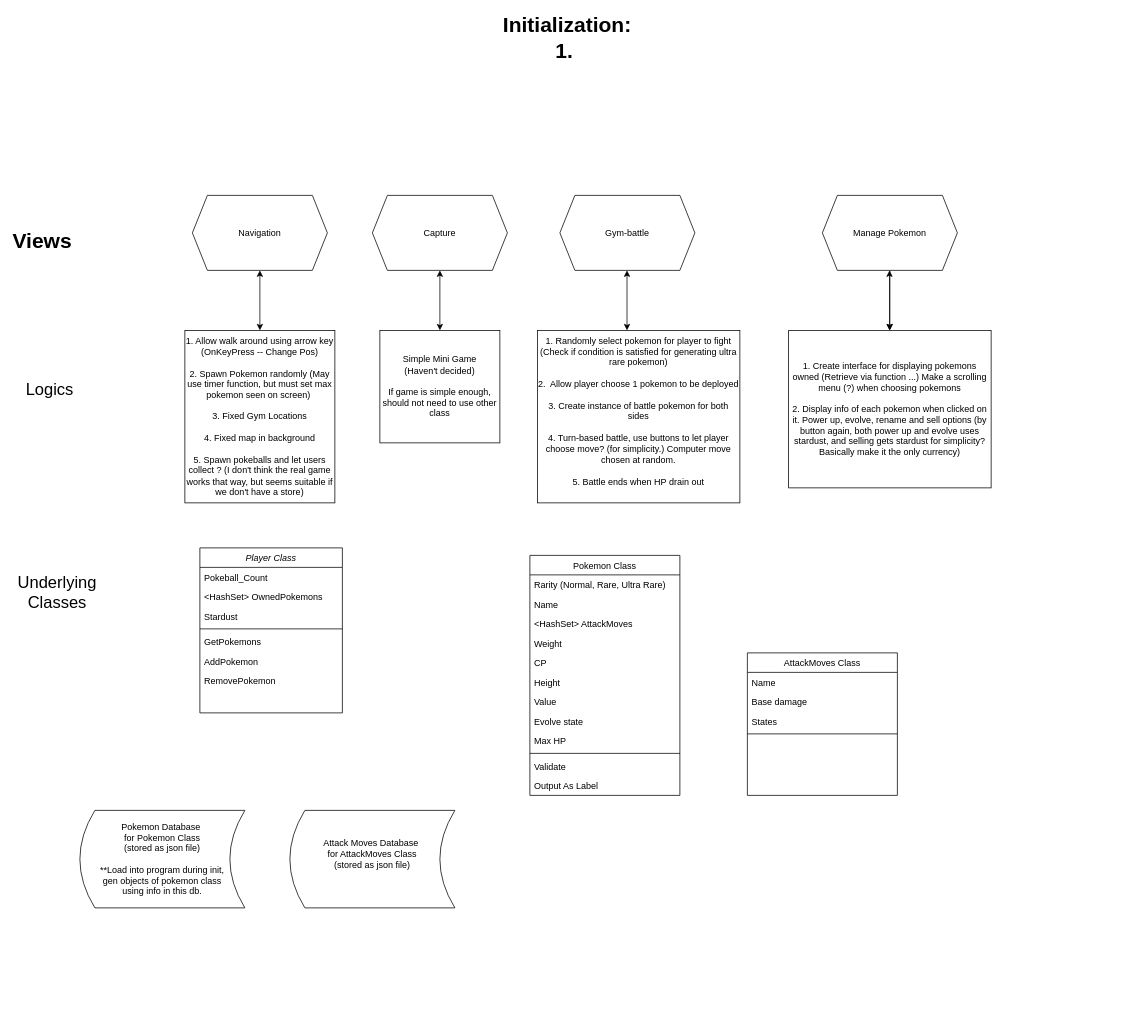
This is Untitled Diagram.drawio from tpmmthomas/ierg3080-pokemon-go, a draw.io file, before an edit. Source tidied: cells renumbered, new cells numbered last; positions are measured from the earlier drawing's top-left corner, leaving out a move shared by most shapes. Both pictures are drawn from the tidied source at 75%, with x=0, y=0 at pixel (27, 30).
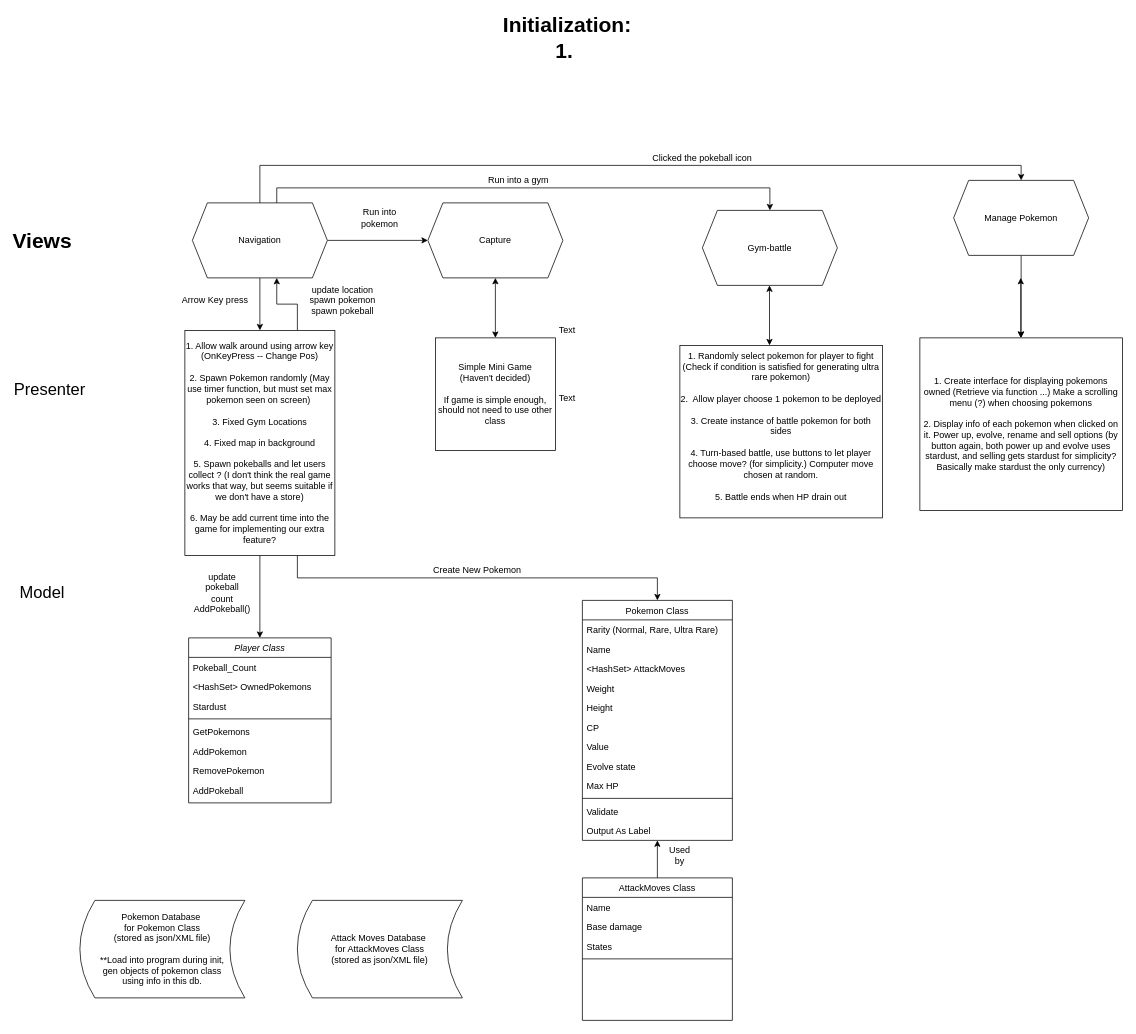
The same diagram, later.

The change refers to these unchanged cells:
```xml
<mxCell id="43" value="Output As Label" style="text;align=left;verticalAlign=top;spacingLeft=4;spacingRight=4;overflow=hidden;points=[[0,0.5],[1,0.5]];portConstraint=eastwest;" parent="31" vertex="1">
  <mxGeometry y="294" width="200" height="26" as="geometry" />
</mxCell>
```

The edit, as a diff of the source:
```diff
@@
     <mxCell id="2" value="Player Class" style="swimlane;fontStyle=2;align=center;verticalAlign=top;horizontal=1;startSize=26;rounded=0;shadow=0;strokeWidth=1;" parent="1" vertex="1">
-      <mxGeometry x="230" y="690" width="190" height="220" as="geometry" />
+      <mxGeometry x="215" y="810" width="190" height="220" as="geometry" />
     </mxCell>
@@
+    <mxCell id="48" value="AddPokeball" style="text;align=left;verticalAlign=top;spacingLeft=4;spacingRight=4;overflow=hidden;rounded=0;shadow=0;html=0;" parent="2" vertex="1">
+      <mxGeometry y="190" width="190" height="26" as="geometry" />
+    </mxCell>
-    <mxCell id="10" value="Pokemon Database&amp;nbsp;&lt;br&gt;for Pokemon Class&lt;br&gt;(stored as json file)&lt;br&gt;&lt;br&gt;**Load into program during init,&lt;br&gt;gen objects of pokemon class&lt;br&gt;using info in this db." style="shape=dataStorage;whiteSpace=wrap;html=1;fixedSize=1;" parent="1" vertex="1">
-      <mxGeometry x="70" y="1040" width="220" height="130" as="geometry" />
+    <mxCell id="10" value="Pokemon Database&amp;nbsp;&lt;br&gt;for Pokemon Class&lt;br&gt;(stored as json/XML file)&lt;br&gt;&lt;br&gt;**Load into program during init,&lt;br&gt;gen objects of pokemon class&lt;br&gt;using info in this db." style="shape=dataStorage;whiteSpace=wrap;html=1;fixedSize=1;" parent="1" vertex="1">
+      <mxGeometry x="70" y="1160" width="220" height="130" as="geometry" />
     </mxCell>
+    <mxCell id="49" style="edgeStyle=orthogonalEdgeStyle;rounded=0;jettySize=auto;html=1;exitX=1;exitY=0.5;exitDx=0;exitDy=0;entryX=0;entryY=0.5;entryDx=0;entryDy=0;" parent="1" edge="1" source="11" target="12">
+      <mxGeometry relative="1" as="geometry" />
+    </mxCell>
+    <mxCell id="50" style="edgeStyle=orthogonalEdgeStyle;rounded=0;jettySize=auto;html=1;exitX=0.625;exitY=0;exitDx=0;exitDy=0;entryX=0.5;entryY=0;entryDx=0;entryDy=0;" parent="1" edge="1" source="11" target="13">
+      <mxGeometry relative="1" as="geometry" />
+    </mxCell>
+    <mxCell id="51" style="edgeStyle=orthogonalEdgeStyle;rounded=0;jettySize=auto;html=1;exitX=0.5;exitY=0;exitDx=0;exitDy=0;entryX=0.5;entryY=0;entryDx=0;entryDy=0;" parent="1" edge="1" source="11" target="15">
+      <mxGeometry relative="1" as="geometry" />
+    </mxCell>
+    <mxCell id="52" style="edgeStyle=orthogonalEdgeStyle;rounded=0;jettySize=auto;html=1;exitX=0.5;exitY=1;exitDx=0;exitDy=0;" parent="1" edge="1" source="11" target="17">
+      <mxGeometry relative="1" as="geometry" />
+    </mxCell>
     <mxCell id="11" value="Navigation" style="shape=hexagon;perimeter=hexagonPerimeter2;whiteSpace=wrap;html=1;fixedSize=1;" parent="1" vertex="1">
-      <mxGeometry x="220" y="220" width="180" height="100" as="geometry" />
+      <mxGeometry x="220" y="230" width="180" height="100" as="geometry" />
     </mxCell>
     <mxCell id="12" value="Capture" style="shape=hexagon;perimeter=hexagonPerimeter2;whiteSpace=wrap;html=1;fixedSize=1;" parent="1" vertex="1">
-      <mxGeometry x="460" y="220" width="180" height="100" as="geometry" />
+      <mxGeometry x="534" y="230" width="180" height="100" as="geometry" />
     </mxCell>
     <mxCell id="13" value="Gym-battle" style="shape=hexagon;perimeter=hexagonPerimeter2;whiteSpace=wrap;html=1;fixedSize=1;" parent="1" vertex="1">
-      <mxGeometry x="710" y="220" width="180" height="100" as="geometry" />
+      <mxGeometry x="900" y="240" width="180" height="100" as="geometry" />
     </mxCell>
@@
     <mxCell id="15" value="Manage Pokemon" style="shape=hexagon;perimeter=hexagonPerimeter2;whiteSpace=wrap;html=1;fixedSize=1;" parent="1" vertex="1">
-      <mxGeometry x="1060" y="220" width="180" height="100" as="geometry" />
+      <mxGeometry x="1235" y="200" width="180" height="100" as="geometry" />
     </mxCell>
     <mxCell id="16" value="Simple Mini Game&lt;br&gt;(Haven't decided)&lt;br&gt;&lt;br&gt;If game is simple enough, should not need to use other class" style="rounded=0;whiteSpace=wrap;html=1;" parent="1" vertex="1">
-      <mxGeometry x="470" y="400" width="160" height="150" as="geometry" />
+      <mxGeometry x="544" y="410" width="160" height="150" as="geometry" />
     </mxCell>
+    <mxCell id="22" style="edgeStyle=orthogonalEdgeStyle;rounded=0;jettySize=auto;html=1;exitX=0.75;exitY=0;exitDx=0;exitDy=0;entryX=0.625;entryY=1;entryDx=0;entryDy=0;" parent="1" edge="1" source="17" target="11">
+      <mxGeometry relative="1" as="geometry" />
+    </mxCell>
+    <mxCell id="53" style="edgeStyle=orthogonalEdgeStyle;rounded=0;jettySize=auto;html=1;exitX=0.5;exitY=1;exitDx=0;exitDy=0;entryX=0.5;entryY=0;entryDx=0;entryDy=0;" parent="1" edge="1" source="17" target="2">
+      <mxGeometry relative="1" as="geometry" />
+    </mxCell>
+    <mxCell id="54" style="edgeStyle=orthogonalEdgeStyle;rounded=0;jettySize=auto;html=1;exitX=0.75;exitY=1;exitDx=0;exitDy=0;" parent="1" edge="1" source="17" target="31">
+      <mxGeometry relative="1" as="geometry" />
+    </mxCell>
-    <mxCell id="17" value="1. Allow walk around using arrow key (OnKeyPress -- Change Pos)&lt;br&gt;&lt;br&gt;2. Spawn Pokemon randomly (May use timer function, but must set max pokemon seen on screen)&amp;nbsp;&lt;br&gt;&lt;br&gt;3. Fixed Gym Locations&lt;br&gt;&lt;br&gt;4. Fixed map in background&lt;br&gt;&lt;br&gt;5. Spawn pokeballs and let users collect ? (I don't think the real game works that way, but seems suitable if we don't have a store)" style="rounded=0;whiteSpace=wrap;html=1;" parent="1" vertex="1">
-      <mxGeometry x="210" y="400" width="200" height="230" as="geometry" />
+    <mxCell id="17" value="1. Allow walk around using arrow key (OnKeyPress -- Change Pos)&lt;br&gt;&lt;br&gt;2. Spawn Pokemon randomly (May use timer function, but must set max pokemon seen on screen)&amp;nbsp;&lt;br&gt;&lt;br&gt;3. Fixed Gym Locations&lt;br&gt;&lt;br&gt;4. Fixed map in background&lt;br&gt;&lt;br&gt;5. Spawn pokeballs and let users collect ? (I don't think the real game works that way, but seems suitable if we don't have a store)&lt;br&gt;&lt;br&gt;6. May be add current time into the game for implementing our extra feature?" style="rounded=0;whiteSpace=wrap;html=1;" parent="1" vertex="1">
+      <mxGeometry x="210" y="400" width="200" height="300" as="geometry" />
     </mxCell>
-    <mxCell id="18" value="&lt;font style=&quot;font-size: 22px&quot;&gt;Logics&lt;/font&gt;" style="text;html=1;strokeColor=none;fillColor=none;align=center;verticalAlign=middle;whiteSpace=wrap;rounded=0;" parent="1" vertex="1">
+    <mxCell id="18" value="&lt;font style=&quot;font-size: 22px&quot;&gt;Presenter&lt;/font&gt;" style="text;html=1;strokeColor=none;fillColor=none;align=center;verticalAlign=middle;whiteSpace=wrap;rounded=0;" parent="1" vertex="1">
       <mxGeometry x="10" y="470" width="40" height="20" as="geometry" />
     </mxCell>
@@
-    <mxCell id="20" value="&lt;font style=&quot;font-size: 22px&quot;&gt;Underlying&lt;br&gt;Classes&lt;br&gt;&lt;/font&gt;" style="text;html=1;strokeColor=none;fillColor=none;align=center;verticalAlign=middle;whiteSpace=wrap;rounded=0;" parent="1" vertex="1">
-      <mxGeometry x="20" y="740" width="40" height="20" as="geometry" />
+    <mxCell id="20" value="&lt;font style=&quot;font-size: 22px&quot;&gt;Model&lt;br&gt;&lt;/font&gt;" style="text;html=1;strokeColor=none;fillColor=none;align=center;verticalAlign=middle;whiteSpace=wrap;rounded=0;" parent="1" vertex="1">
+      <mxGeometry y="740" width="40" height="20" as="geometry" />
     </mxCell>
@@
-    <mxCell id="22" style="endArrow=classic;startArrow=classic;html=1;entryX=0.5;entryY=1;entryDx=0;entryDy=0;exitX=0.5;exitY=0;exitDx=0;exitDy=0;" parent="1" edge="1" source="17" target="11">
-      <mxGeometry relative="1" as="geometry" />
-    </mxCell>
@@
     <mxCell id="24" style="endArrow=classic;startArrow=classic;html=1;exitX=0.5;exitY=0;exitDx=0;exitDy=0;entryX=0.5;entryY=1;entryDx=0;entryDy=0;" parent="1" edge="1">
       <mxGeometry relative="1" as="geometry">
-        <mxPoint x="799.5" y="400" as="sourcePoint" />
-        <mxPoint x="799.5" y="320" as="targetPoint" />
+        <mxPoint x="989.5" y="420" as="sourcePoint" />
+        <mxPoint x="989.5" y="340" as="targetPoint" />
       </mxGeometry>
     </mxCell>
     <mxCell id="25" value="1. Randomly select pokemon for player to fight (Check if condition is satisfied for generating ultra rare pokemon)&lt;br&gt;&lt;br&gt;2.&amp;nbsp; Allow player choose 1 pokemon to be deployed&lt;br&gt;&lt;br&gt;3. Create instance of battle pokemon for both sides&lt;br&gt;&lt;br&gt;4. Turn-based battle, use buttons to let player choose move? (for simplicity.) Computer move chosen at random.&lt;br&gt;&lt;br&gt;5. Battle ends when HP drain out&lt;br&gt;&amp;nbsp;" style="rounded=0;whiteSpace=wrap;html=1;" parent="1" vertex="1">
-      <mxGeometry x="680" y="400" width="270" height="230" as="geometry" />
+      <mxGeometry x="870" y="420" width="270" height="230" as="geometry" />
     </mxCell>
     <mxCell id="26" value="AttackMoves Class" style="swimlane;fontStyle=0;align=center;verticalAlign=top;horizontal=1;startSize=26;rounded=0;shadow=0;strokeWidth=1;" parent="1" vertex="1">
-      <mxGeometry x="960" y="830" width="200" height="190" as="geometry" />
+      <mxGeometry x="740" y="1130" width="200" height="190" as="geometry" />
     </mxCell>
@@
     <mxCell id="31" value="Pokemon Class" style="swimlane;fontStyle=0;align=center;verticalAlign=top;horizontal=1;startSize=26;rounded=0;shadow=0;strokeWidth=1;" parent="1" vertex="1">
-      <mxGeometry x="670" y="700" width="200" height="320" as="geometry" />
+      <mxGeometry x="740" y="760" width="200" height="320" as="geometry" />
     </mxCell>
@@
+    <mxCell id="37" value="Height" style="text;align=left;verticalAlign=top;spacingLeft=4;spacingRight=4;overflow=hidden;rounded=0;shadow=0;html=0;" parent="31" vertex="1">
+      <mxGeometry y="130" width="200" height="26" as="geometry" />
+    </mxCell>
     <mxCell id="36" value="CP" style="text;align=left;verticalAlign=top;spacingLeft=4;spacingRight=4;overflow=hidden;rounded=0;shadow=0;html=0;" parent="31" vertex="1">
-      <mxGeometry y="130" width="200" height="26" as="geometry" />
+      <mxGeometry y="156" width="200" height="26" as="geometry" />
     </mxCell>
-    <mxCell id="37" value="Height" style="text;align=left;verticalAlign=top;spacingLeft=4;spacingRight=4;overflow=hidden;rounded=0;shadow=0;html=0;" parent="31" vertex="1">
-      <mxGeometry y="156" width="200" height="26" as="geometry" />
-    </mxCell>
@@
-    <mxCell id="44" value="Attack Moves Database&amp;nbsp;&lt;br&gt;for AttackMoves Class&lt;br&gt;(stored as json file)&lt;br&gt;&lt;br&gt;" style="shape=dataStorage;whiteSpace=wrap;html=1;fixedSize=1;" parent="1" vertex="1">
-      <mxGeometry x="350" y="1040" width="220" height="130" as="geometry" />
+    <mxCell id="44" value="Attack Moves Database&amp;nbsp;&lt;br&gt;for AttackMoves Class&lt;br&gt;(stored as json/XML file)&lt;br&gt;" style="shape=dataStorage;whiteSpace=wrap;html=1;fixedSize=1;" parent="1" vertex="1">
+      <mxGeometry x="360" y="1160" width="220" height="130" as="geometry" />
     </mxCell>
-    <mxCell id="45" value="1. Create interface for displaying pokemons owned (Retrieve via function ...) Make a scrolling menu (?) when choosing pokemons&lt;br&gt;&lt;br&gt;2. Display info of each pokemon when clicked on it. Power up, evolve, rename and sell options (by button again, both power up and evolve uses stardust, and selling gets stardust for simplicity? Basically make it the only currency)" style="rounded=0;whiteSpace=wrap;html=1;" parent="1" vertex="1">
-      <mxGeometry x="1015" y="400" width="270" height="210" as="geometry" />
+    <mxCell id="45" value="1. Create interface for displaying pokemons owned (Retrieve via function ...) Make a scrolling menu (?) when choosing pokemons&lt;br&gt;&lt;br&gt;2. Display info of each pokemon when clicked on it. Power up, evolve, rename and sell options (by button again, both power up and evolve uses stardust, and selling gets stardust for simplicity? Basically make stardust the only currency)" style="rounded=0;whiteSpace=wrap;html=1;" parent="1" vertex="1">
+      <mxGeometry x="1190" y="410" width="270" height="230" as="geometry" />
     </mxCell>
     <mxCell id="46" style="endArrow=classic;startArrow=classic;html=1;exitX=0.5;exitY=0;exitDx=0;exitDy=0;entryX=0.5;entryY=1;entryDx=0;entryDy=0;" parent="1" edge="1">
       <mxGeometry relative="1" as="geometry">
-        <mxPoint x="1149.5" y="400" as="sourcePoint" />
-        <mxPoint x="1149.5" y="320" as="targetPoint" />
+        <mxPoint x="1324.5" y="410" as="sourcePoint" />
+        <mxPoint x="1324.5" y="330" as="targetPoint" />
       </mxGeometry>
     </mxCell>
@@
+    <mxCell id="55" value="Text" style="text;html=1;strokeColor=none;fillColor=none;align=center;verticalAlign=middle;whiteSpace=wrap;rounded=0;" parent="1" vertex="1">
+      <mxGeometry x="700" y="390" width="40" height="20" as="geometry" />
+    </mxCell>
+    <mxCell id="56" value="Run into pokemon" style="text;html=1;strokeColor=none;fillColor=none;align=center;verticalAlign=middle;whiteSpace=wrap;rounded=0;" parent="1" vertex="1">
+      <mxGeometry x="440" y="240" width="60" height="20" as="geometry" />
+    </mxCell>
+    <mxCell id="57" value="Text" style="text;html=1;strokeColor=none;fillColor=none;align=center;verticalAlign=middle;whiteSpace=wrap;rounded=0;" parent="1" vertex="1">
+      <mxGeometry x="700" y="480" width="40" height="20" as="geometry" />
+    </mxCell>
+    <mxCell id="58" value="Run into a gym" style="text;html=1;strokeColor=none;fillColor=none;align=center;verticalAlign=middle;whiteSpace=wrap;rounded=0;" parent="1" vertex="1">
+      <mxGeometry x="580" y="190" width="150" height="20" as="geometry" />
+    </mxCell>
+    <mxCell id="59" value="Clicked the pokeball icon" style="text;html=1;strokeColor=none;fillColor=none;align=center;verticalAlign=middle;whiteSpace=wrap;rounded=0;" parent="1" vertex="1">
+      <mxGeometry x="820" y="160" width="160" height="20" as="geometry" />
+    </mxCell>
+    <mxCell id="60" value="Arrow Key press" style="text;html=1;align=center;verticalAlign=middle;" parent="1" vertex="1">
+      <mxGeometry x="200" y="350" width="100" height="20" as="geometry" />
+    </mxCell>
+    <mxCell id="61" value="update location&lt;br&gt;spawn pokemon&lt;br&gt;spawn pokeball" style="text;html=1;align=center;verticalAlign=middle;" parent="1" vertex="1">
+      <mxGeometry x="370" y="335" width="100" height="50" as="geometry" />
+    </mxCell>
+    <mxCell id="62" value="Create New Pokemon" style="text;html=1;strokeColor=none;fillColor=none;align=center;verticalAlign=middle;whiteSpace=wrap;rounded=0;" parent="1" vertex="1">
+      <mxGeometry x="530" y="710" width="140" height="20" as="geometry" />
+    </mxCell>
+    <mxCell id="63" value="update&lt;br&gt;pokeball&lt;br&gt;count&lt;br&gt;AddPokeball()" style="text;html=1;strokeColor=none;fillColor=none;align=center;verticalAlign=middle;whiteSpace=wrap;rounded=0;" parent="1" vertex="1">
+      <mxGeometry x="240" y="740" width="40" height="20" as="geometry" />
+    </mxCell>
+    <mxCell id="64" style="endArrow=classic;html=1;exitX=0.5;exitY=0;exitDx=0;exitDy=0;" parent="1" edge="1" source="26" target="43">
+      <mxGeometry relative="1" as="geometry" />
+    </mxCell>
+    <mxCell id="65" value="Used by" style="text;html=1;strokeColor=none;fillColor=none;align=center;verticalAlign=middle;whiteSpace=wrap;rounded=0;" parent="1" vertex="1">
+      <mxGeometry x="850" y="1090" width="40" height="20" as="geometry" />
+    </mxCell>
```
